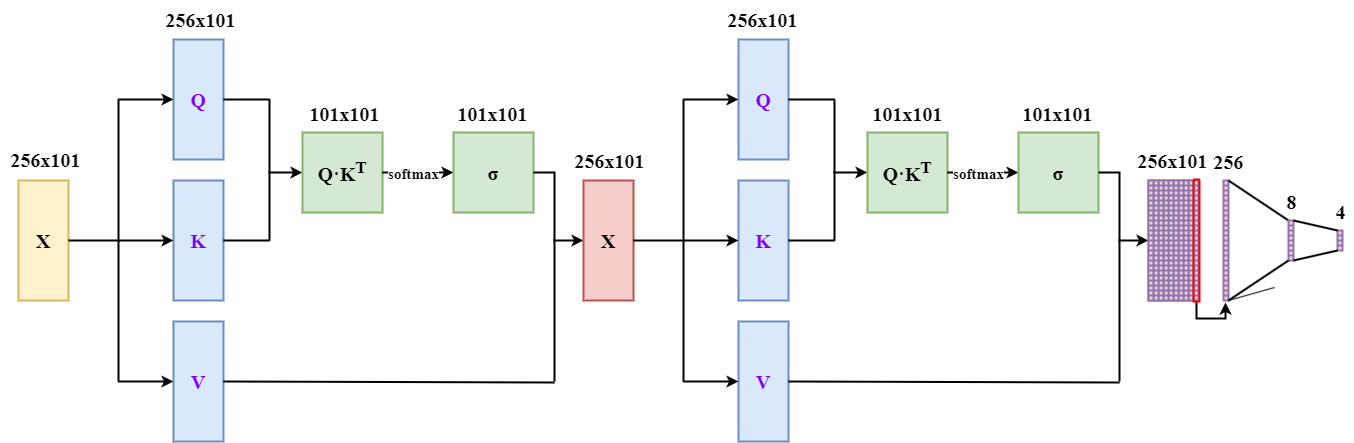
Before: attention.drawio.png, a diagram exported from draw.io (Purer-lyk/network_pic). Source tidied: cells renumbered, new cells last; positions are measured from the earlier drawing's top-left corner, leaving out a move shared by most shapes.
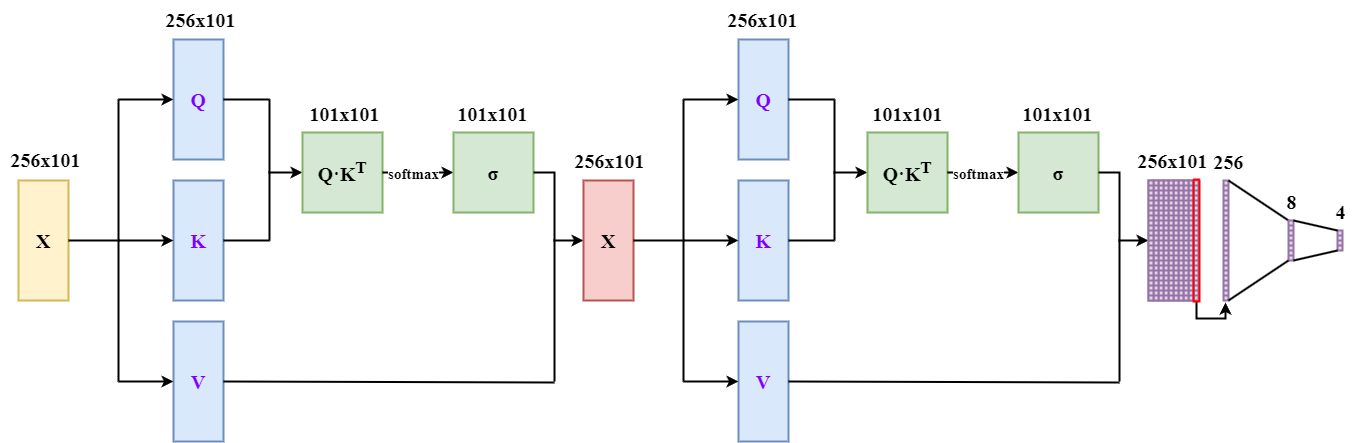
The same file after the commit.

What changed in the source:
```diff
@@ -1822,11 +1822,6 @@
         <mxPoint x="1228" y="180" as="sourcePoint" />
       </mxGeometry>
     </mxCell>
-    <mxCell id="585" style="endArrow=none;html=1;rounded=0;exitX=1;exitY=1;exitDx=0;exitDy=0;entryX=0.044;entryY=1.027;entryDx=0;entryDy=0;entryPerimeter=0;" parent="1" edge="1" source="93">
-      <mxGeometry relative="1" as="geometry">
-        <mxPoint x="1274" y="287" as="targetPoint" />
-      </mxGeometry>
-    </mxCell>
     <mxCell id="586" style="shape=table;startSize=0;fontSize=16;fillColor=#e1d5e7;strokeColor=#9673a6;strokeWidth=2;" parent="1" vertex="1">
       <mxGeometry x="1288" y="220" width="5" height="40" as="geometry" />
     </mxCell>
```
